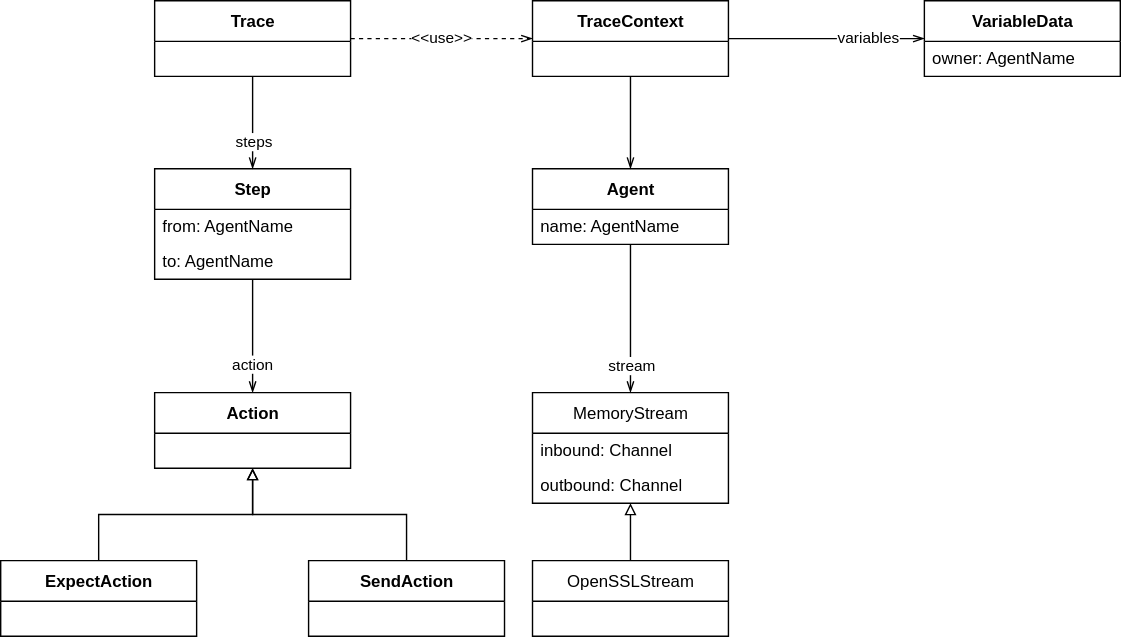
Above: content/posts/2021-04-21-fuzzer-requirements/class_diagram.drawio.svg in maxammann/blog (draw.io), before the change. Source tidied: cells renumbered, new cells last; positions are measured from the earlier drawing's top-left corner, leaving out a move shared by most shapes. Its diagram source:
```xml
<mxGraphModel>
  <root>
    <mxCell id="0" />
    <mxCell id="1" parent="0" />
    <mxCell id="2" value="Agent" style="swimlane;fontStyle=1;align=center;verticalAlign=middle;horizontal=1;startSize=29;html=1;" parent="1" vertex="1">
      <mxGeometry x="380" y="120" width="140" height="54" as="geometry" />
    </mxCell>
    <mxCell id="3" value="name: AgentName" style="text;html=1;strokeColor=none;fillColor=none;align=left;verticalAlign=middle;spacingLeft=4;spacingRight=4;overflow=hidden;" parent="2" vertex="1">
      <mxGeometry y="29" width="140" height="25" as="geometry" />
    </mxCell>
    <mxCell id="4" value="&lt;span style=&quot;font-weight: 400 ; text-align: left&quot;&gt;MemoryStream&lt;/span&gt;" style="swimlane;fontStyle=1;align=center;verticalAlign=middle;horizontal=1;startSize=29;html=1;" parent="1" vertex="1">
      <mxGeometry x="380" y="280" width="140" height="79" as="geometry" />
    </mxCell>
    <mxCell id="5" value="inbound: Channel" style="text;html=1;strokeColor=none;fillColor=none;align=left;verticalAlign=middle;spacingLeft=4;spacingRight=4;overflow=hidden;" parent="4" vertex="1">
      <mxGeometry y="29" width="140" height="25" as="geometry" />
    </mxCell>
    <mxCell id="6" value="outbound: Channel" style="text;html=1;strokeColor=none;fillColor=none;align=left;verticalAlign=middle;spacingLeft=4;spacingRight=4;overflow=hidden;" parent="4" vertex="1">
      <mxGeometry y="54" width="140" height="25" as="geometry" />
    </mxCell>
    <mxCell id="7" style="edgeStyle=orthogonalEdgeStyle;rounded=0;jettySize=auto;html=1;endArrow=openThin;endFill=0;" parent="1" edge="1" source="2" target="4">
      <mxGeometry relative="1" as="geometry" />
    </mxCell>
    <mxCell id="8" value="stream" style="edgeLabel;html=1;align=center;verticalAlign=middle;labelPosition=center;verticalLabelPosition=middle;" parent="7" vertex="1">
      <mxGeometry x="0.41" y="-2" relative="1" as="geometry">
        <mxPoint x="2" y="11" as="offset" />
      </mxGeometry>
    </mxCell>
    <mxCell id="9" value="action" style="edgeStyle=orthogonalEdgeStyle;rounded=0;jettySize=auto;html=1;endArrow=openThin;endFill=0;" parent="1" edge="1" source="10" target="13">
      <mxGeometry x="0.51" relative="1" as="geometry" />
    </mxCell>
    <mxCell id="10" value="Step" style="swimlane;fontStyle=1;align=center;verticalAlign=middle;horizontal=1;startSize=29;html=1;" parent="1" vertex="1">
      <mxGeometry x="110" y="120" width="140" height="79" as="geometry" />
    </mxCell>
    <mxCell id="11" value="from: AgentName" style="text;html=1;strokeColor=none;fillColor=none;align=left;verticalAlign=middle;spacingLeft=4;spacingRight=4;overflow=hidden;" parent="10" vertex="1">
      <mxGeometry y="29" width="140" height="25" as="geometry" />
    </mxCell>
    <mxCell id="12" value="to: AgentName" style="text;html=1;strokeColor=none;fillColor=none;align=left;verticalAlign=middle;spacingLeft=4;spacingRight=4;overflow=hidden;" parent="10" vertex="1">
      <mxGeometry y="54" width="140" height="25" as="geometry" />
    </mxCell>
    <mxCell id="13" value="Action" style="swimlane;fontStyle=1;align=center;verticalAlign=middle;horizontal=1;startSize=29;html=1;" parent="1" vertex="1">
      <mxGeometry x="110" y="280" width="140" height="54" as="geometry" />
    </mxCell>
    <mxCell id="14" style="edgeStyle=orthogonalEdgeStyle;rounded=0;jettySize=auto;html=1;endArrow=block;endFill=0;" parent="1" edge="1" source="15" target="13">
      <mxGeometry relative="1" as="geometry" />
    </mxCell>
    <mxCell id="15" value="ExpectAction" style="swimlane;fontStyle=1;align=center;verticalAlign=middle;horizontal=1;startSize=29;html=1;" parent="1" vertex="1">
      <mxGeometry y="400" width="140" height="54" as="geometry" />
    </mxCell>
    <mxCell id="16" style="edgeStyle=orthogonalEdgeStyle;rounded=0;jettySize=auto;html=1;endArrow=block;endFill=0;" parent="1" edge="1" source="17" target="13">
      <mxGeometry relative="1" as="geometry" />
    </mxCell>
    <mxCell id="17" value="SendAction" style="swimlane;fontStyle=1;align=center;verticalAlign=middle;horizontal=1;startSize=29;html=1;" parent="1" vertex="1">
      <mxGeometry x="220" y="400" width="140" height="54" as="geometry" />
    </mxCell>
    <mxCell id="18" style="edgeStyle=orthogonalEdgeStyle;rounded=0;jettySize=auto;html=1;endArrow=openThin;endFill=0;" parent="1" edge="1" source="21" target="10">
      <mxGeometry relative="1" as="geometry" />
    </mxCell>
    <mxCell id="19" value="steps" style="edgeLabel;html=1;align=center;verticalAlign=middle;" parent="18" vertex="1">
      <mxGeometry x="0.22" y="4" relative="1" as="geometry">
        <mxPoint x="-4" y="6" as="offset" />
      </mxGeometry>
    </mxCell>
    <mxCell id="20" value="&amp;lt;&amp;lt;use&amp;gt;&amp;gt;" style="edgeStyle=orthogonalEdgeStyle;rounded=0;jettySize=auto;html=1;endArrow=openThin;endFill=0;dashed=1;" parent="1" edge="1" source="21" target="24">
      <mxGeometry relative="1" as="geometry" />
    </mxCell>
    <mxCell id="21" value="Trace" style="swimlane;fontStyle=1;align=center;verticalAlign=middle;horizontal=1;startSize=29;html=1;" parent="1" vertex="1">
      <mxGeometry x="110" width="140" height="54" as="geometry" />
    </mxCell>
    <mxCell id="22" value="variables" style="edgeStyle=orthogonalEdgeStyle;rounded=0;jettySize=auto;html=1;endArrow=openThin;endFill=0;" parent="1" edge="1" source="24" target="25">
      <mxGeometry x="0.43" relative="1" as="geometry" />
    </mxCell>
    <mxCell id="23" style="edgeStyle=orthogonalEdgeStyle;rounded=0;jettySize=auto;html=1;endArrow=openThin;endFill=0;" parent="1" edge="1" source="24" target="2">
      <mxGeometry relative="1" as="geometry" />
    </mxCell>
    <mxCell id="24" value="TraceContext" style="swimlane;fontStyle=1;align=center;verticalAlign=middle;horizontal=1;startSize=29;html=1;" parent="1" vertex="1">
      <mxGeometry x="380" width="140" height="54" as="geometry" />
    </mxCell>
    <mxCell id="25" value="VariableData" style="swimlane;fontStyle=1;align=center;verticalAlign=middle;horizontal=1;startSize=29;html=1;" parent="1" vertex="1">
      <mxGeometry x="660" width="140" height="54" as="geometry" />
    </mxCell>
    <mxCell id="26" value="owner: AgentName" style="text;html=1;strokeColor=none;fillColor=none;align=left;verticalAlign=middle;spacingLeft=4;spacingRight=4;overflow=hidden;" parent="25" vertex="1">
      <mxGeometry y="29" width="140" height="25" as="geometry" />
    </mxCell>
    <mxCell id="27" style="edgeStyle=orthogonalEdgeStyle;rounded=0;jettySize=auto;html=1;endArrow=block;endFill=0;" parent="1" edge="1" source="28" target="4">
      <mxGeometry relative="1" as="geometry" />
    </mxCell>
    <mxCell id="28" value="&lt;span style=&quot;font-weight: 400 ; text-align: left&quot;&gt;OpenSSLStream&lt;/span&gt;" style="swimlane;fontStyle=1;align=center;verticalAlign=middle;horizontal=1;startSize=29;html=1;" parent="1" vertex="1">
      <mxGeometry x="380" y="400" width="140" height="54" as="geometry" />
    </mxCell>
  </root>
</mxGraphModel>
```
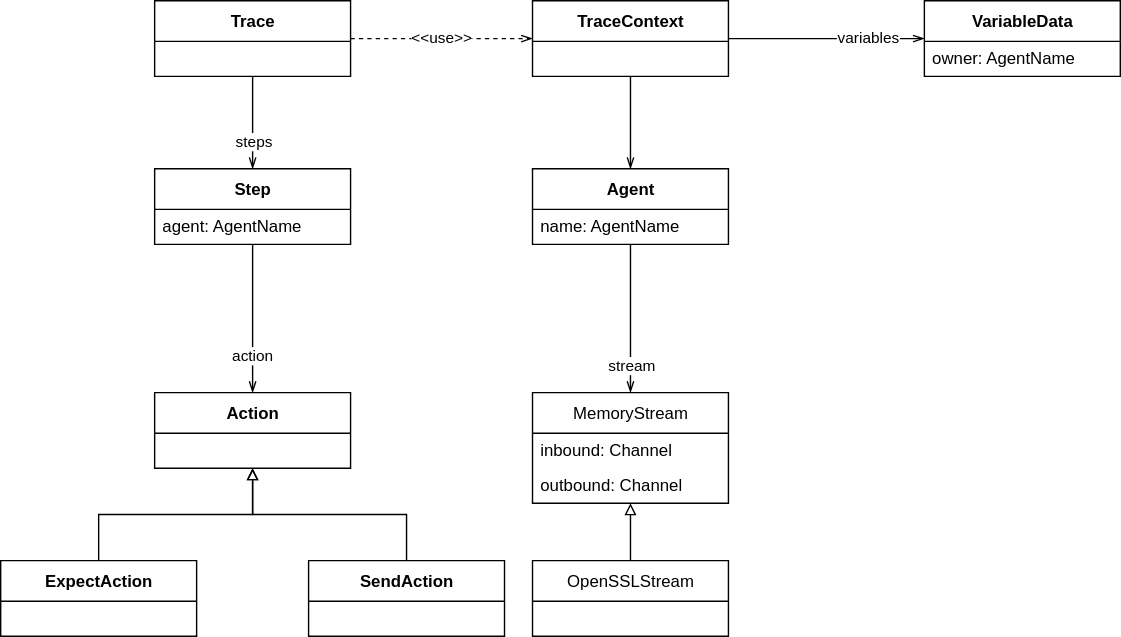
Above is the later version.

Commit message:
Adapt documentation of practical appraoch for new implementation

The edit, as a diff of the source:
```diff
@@ -29,14 +29,11 @@
       <mxGeometry x="0.51" relative="1" as="geometry" />
     </mxCell>
     <mxCell id="10" value="Step" style="swimlane;fontStyle=1;align=center;verticalAlign=middle;horizontal=1;startSize=29;html=1;" parent="1" vertex="1">
-      <mxGeometry x="110" y="120" width="140" height="79" as="geometry" />
+      <mxGeometry x="110" y="120" width="140" height="54" as="geometry" />
     </mxCell>
-    <mxCell id="11" value="from: AgentName" style="text;html=1;strokeColor=none;fillColor=none;align=left;verticalAlign=middle;spacingLeft=4;spacingRight=4;overflow=hidden;" parent="10" vertex="1">
+    <mxCell id="11" value="agent: AgentName" style="text;html=1;strokeColor=none;fillColor=none;align=left;verticalAlign=middle;spacingLeft=4;spacingRight=4;overflow=hidden;" parent="10" vertex="1">
       <mxGeometry y="29" width="140" height="25" as="geometry" />
     </mxCell>
-    <mxCell id="12" value="to: AgentName" style="text;html=1;strokeColor=none;fillColor=none;align=left;verticalAlign=middle;spacingLeft=4;spacingRight=4;overflow=hidden;" parent="10" vertex="1">
-      <mxGeometry y="54" width="140" height="25" as="geometry" />
-    </mxCell>
     <mxCell id="13" value="Action" style="swimlane;fontStyle=1;align=center;verticalAlign=middle;horizontal=1;startSize=29;html=1;" parent="1" vertex="1">
       <mxGeometry x="110" y="280" width="140" height="54" as="geometry" />
     </mxCell>
```
